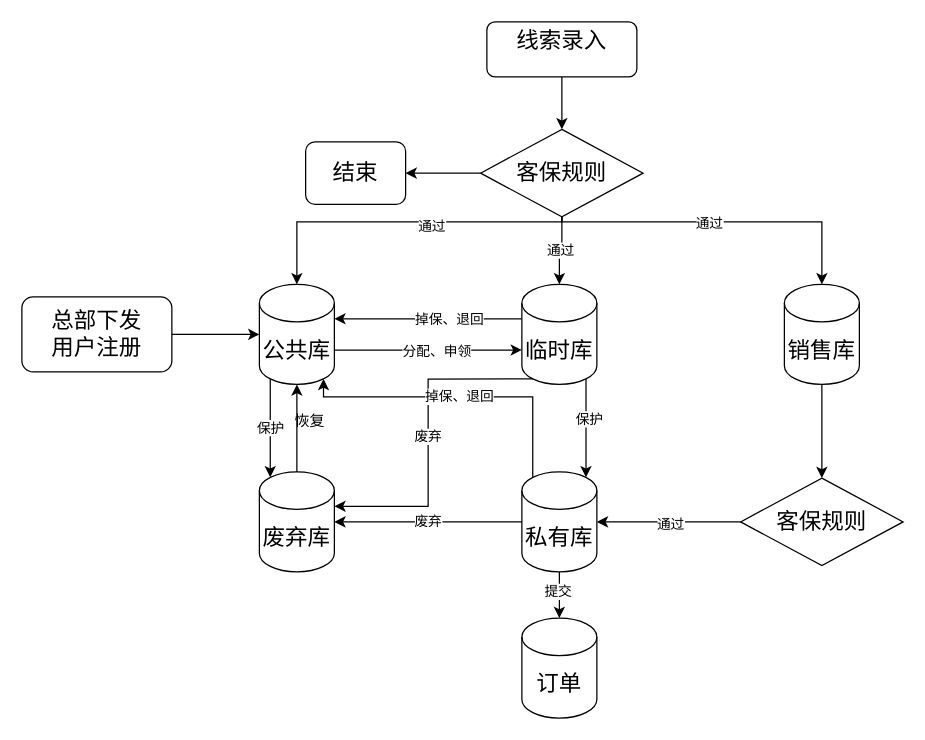
Above: 未命名绘图.drawio in lllding/2014ccf_contest (draw.io), before the change. Source tidied: cells renumbered, new cells numbered last; positions are measured from the earlier drawing's top-left corner, leaving out a move shared by most shapes. Both pictures are drawn from the tidied source at 125%, with x=0, y=0 at pixel (21, 21).
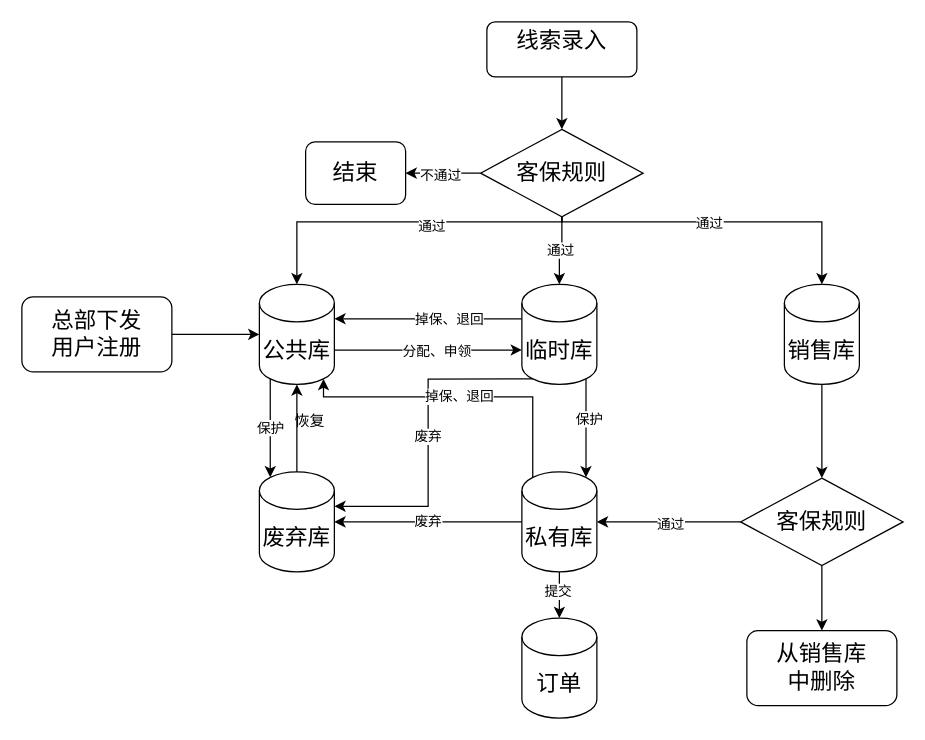
The same page after the edit.

Commit message:
线索管理流程图.drawio

The change refers to these unchanged cells:
```xml
<mxCell id="9" style="edgeStyle=orthogonalEdgeStyle;rounded=0;jettySize=auto;html=1;entryX=1;entryY=0.5;entryDx=0;entryDy=0;" parent="1" edge="1" source="12" target="26">
  <mxGeometry relative="1" as="geometry" />
</mxCell>
<mxCell id="34" value="&lt;font style=&quot;font-size: 18px&quot;&gt;客保规则&lt;/font&gt;" style="rhombus;whiteSpace=wrap;html=1;" parent="1" vertex="1">
  <mxGeometry x="575" y="365" width="130" height="70" as="geometry" />
</mxCell>
```

Change to the diagram source:
```diff
@@
+    <mxCell id="38" value="不通过" style="edgeLabel;html=1;align=center;verticalAlign=middle;" parent="9" vertex="1">
+      <mxGeometry x="0.1" y="1" relative="1" as="geometry" />
+    </mxCell>
@@
+    <mxCell id="39" style="edgeStyle=orthogonalEdgeStyle;rounded=0;jettySize=auto;html=1;exitX=0.5;exitY=1;exitDx=0;exitDy=0;entryX=0.5;entryY=0;entryDx=0;entryDy=0;" parent="1" edge="1" source="34" target="40">
+      <mxGeometry relative="1" as="geometry" />
+    </mxCell>
@@
+    <mxCell id="40" value="&lt;font style=&quot;font-size: 18px&quot;&gt;从销售库&lt;br&gt;中删除&lt;/font&gt;" style="rounded=1;whiteSpace=wrap;html=1;" parent="1" vertex="1">
+      <mxGeometry x="580" y="487" width="120" height="60" as="geometry" />
+    </mxCell>
```
